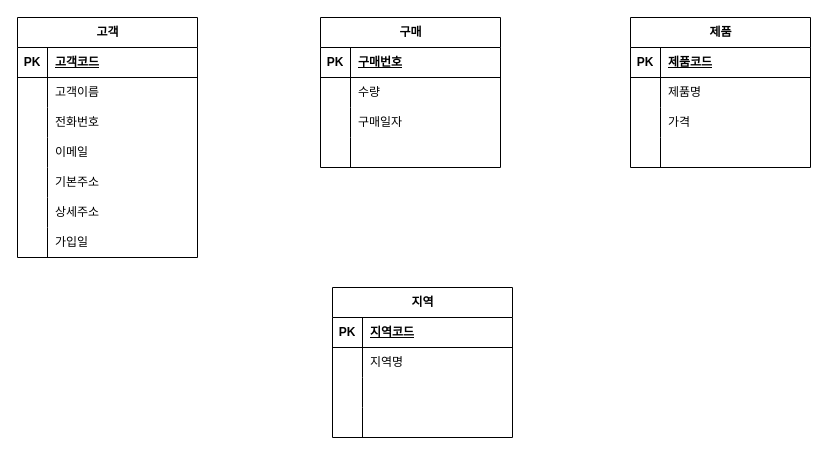
The draw.io diagram page "페이지-2" (2 of 2) of 제목 없는 다이어그램.drawio in sinaboro/ERD, before the edit. Source tidied: cells renumbered, new cells numbered last; positions are measured from the earlier drawing's top-left corner, leaving out a move shared by most shapes. Both pictures are drawn from the tidied source at 100%, with x=0, y=0 at pixel (17, 17).
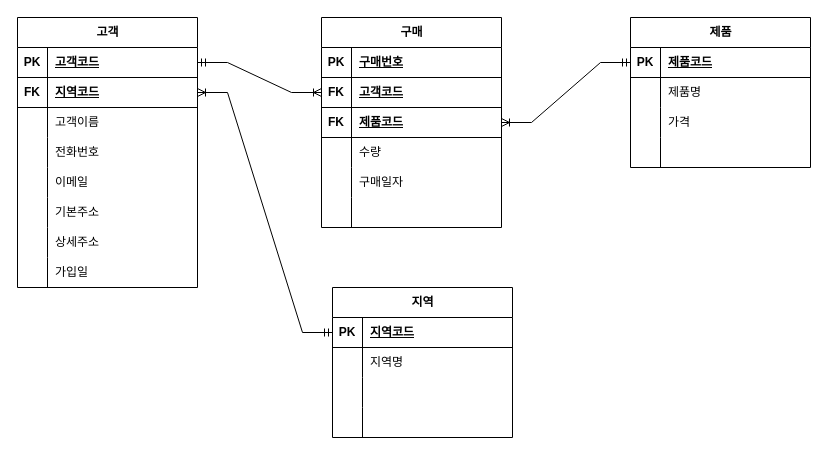
The same diagram, later.

Commit message:
제목 없는 다이어그램.drawio 업데이트

Unchanged cells that the change refers to:
```xml
<mxCell id="3" style="shape=tableRow;horizontal=0;startSize=0;swimlaneHead=0;swimlaneBody=0;fillColor=none;points=[[0,0.5],[1,0.5]];portConstraint=eastwest;top=0;left=0;right=0;bottom=1;" parent="2" vertex="1">
  <mxGeometry y="30" width="180" height="30" as="geometry" />
</mxCell>
<mxCell id="25" style="shape=tableRow;horizontal=0;startSize=0;swimlaneHead=0;swimlaneBody=0;fillColor=none;points=[[0,0.5],[1,0.5]];portConstraint=eastwest;top=0;left=0;right=0;bottom=1;" parent="24" vertex="1">
  <mxGeometry y="30" width="180" height="30" as="geometry" />
</mxCell>
<mxCell id="38" style="shape=tableRow;horizontal=0;startSize=0;swimlaneHead=0;swimlaneBody=0;fillColor=none;points=[[0,0.5],[1,0.5]];portConstraint=eastwest;top=0;left=0;right=0;bottom=1;" parent="37" vertex="1">
  <mxGeometry y="30" width="180" height="30" as="geometry" />
</mxCell>
```

What changed in the source:
```diff
@@
     <mxCell id="2" value="고객" style="shape=table;startSize=30;childLayout=tableLayout;rowLines=0;fontStyle=1;align=center;html=1;" parent="1" vertex="1">
-      <mxGeometry width="180" height="240" as="geometry" />
+      <mxGeometry width="180" height="270" as="geometry" />
     </mxCell>
@@
+    <mxCell id="63" style="shape=tableRow;horizontal=0;startSize=0;swimlaneHead=0;swimlaneBody=0;fillColor=none;points=[[0,0.5],[1,0.5]];portConstraint=eastwest;top=0;left=0;right=0;bottom=1;" parent="2" vertex="1">
+      <mxGeometry y="60" width="180" height="30" as="geometry" />
+    </mxCell>
+    <mxCell id="64" value="FK" style="shape=partialRectangle;fillColor=none;top=0;left=0;bottom=0;right=0;fontStyle=1;overflow=hidden;whiteSpace=wrap;html=1;" parent="63" vertex="1">
+      <mxGeometry width="30" height="30" as="geometry" />
+    </mxCell>
+    <mxCell id="65" value="지역코드" style="shape=partialRectangle;fillColor=none;top=0;left=0;bottom=0;right=0;align=left;spacingLeft=6;fontStyle=5;overflow=hidden;whiteSpace=wrap;html=1;" parent="63" vertex="1">
+      <mxGeometry x="30" width="150" height="30" as="geometry" />
+    </mxCell>
     <mxCell id="6" style="shape=tableRow;horizontal=0;startSize=0;swimlaneHead=0;swimlaneBody=0;fillColor=none;top=0;left=0;right=0;bottom=0;" parent="2" vertex="1">
-      <mxGeometry y="60" width="180" height="30" as="geometry" />
+      <mxGeometry y="90" width="180" height="30" as="geometry" />
     </mxCell>
@@
     <mxCell id="9" style="shape=tableRow;horizontal=0;startSize=0;swimlaneHead=0;swimlaneBody=0;fillColor=none;top=0;left=0;right=0;bottom=0;" parent="2" vertex="1">
-      <mxGeometry y="90" width="180" height="30" as="geometry" />
+      <mxGeometry y="120" width="180" height="30" as="geometry" />
     </mxCell>
@@
     <mxCell id="12" style="shape=tableRow;horizontal=0;startSize=0;swimlaneHead=0;swimlaneBody=0;fillColor=none;top=0;left=0;right=0;bottom=0;" parent="2" vertex="1">
-      <mxGeometry y="120" width="180" height="30" as="geometry" />
+      <mxGeometry y="150" width="180" height="30" as="geometry" />
     </mxCell>
@@
     <mxCell id="15" style="shape=tableRow;horizontal=0;startSize=0;swimlaneHead=0;swimlaneBody=0;fillColor=none;top=0;left=0;right=0;bottom=0;" parent="2" vertex="1">
-      <mxGeometry y="150" width="180" height="30" as="geometry" />
+      <mxGeometry y="180" width="180" height="30" as="geometry" />
     </mxCell>
@@
     <mxCell id="18" style="shape=tableRow;horizontal=0;startSize=0;swimlaneHead=0;swimlaneBody=0;fillColor=none;top=0;left=0;right=0;bottom=0;" parent="2" vertex="1">
-      <mxGeometry y="180" width="180" height="30" as="geometry" />
+      <mxGeometry y="210" width="180" height="30" as="geometry" />
     </mxCell>
@@
     <mxCell id="21" style="shape=tableRow;horizontal=0;startSize=0;swimlaneHead=0;swimlaneBody=0;fillColor=none;top=0;left=0;right=0;bottom=0;" parent="2" vertex="1">
-      <mxGeometry y="210" width="180" height="30" as="geometry" />
+      <mxGeometry y="240" width="180" height="30" as="geometry" />
     </mxCell>
@@
     <mxCell id="50" value="구매" style="shape=table;startSize=30;childLayout=tableLayout;rowLines=0;fontStyle=1;align=center;html=1;" parent="1" vertex="1">
-      <mxGeometry x="303" width="180" height="150" as="geometry" />
+      <mxGeometry x="304" width="180" height="210" as="geometry" />
     </mxCell>
@@
+    <mxCell id="66" style="shape=tableRow;horizontal=0;startSize=0;swimlaneHead=0;swimlaneBody=0;fillColor=none;points=[[0,0.5],[1,0.5]];portConstraint=eastwest;top=0;left=0;right=0;bottom=1;" parent="50" vertex="1">
+      <mxGeometry y="60" width="180" height="30" as="geometry" />
+    </mxCell>
+    <mxCell id="67" value="FK" style="shape=partialRectangle;fillColor=none;top=0;left=0;bottom=0;right=0;fontStyle=1;overflow=hidden;whiteSpace=wrap;html=1;" parent="66" vertex="1">
+      <mxGeometry width="30" height="30" as="geometry" />
+    </mxCell>
+    <mxCell id="68" value="고객코드" style="shape=partialRectangle;fillColor=none;top=0;left=0;bottom=0;right=0;align=left;spacingLeft=6;fontStyle=5;overflow=hidden;whiteSpace=wrap;html=1;" parent="66" vertex="1">
+      <mxGeometry x="30" width="150" height="30" as="geometry" />
+    </mxCell>
+    <mxCell id="69" style="shape=tableRow;horizontal=0;startSize=0;swimlaneHead=0;swimlaneBody=0;fillColor=none;points=[[0,0.5],[1,0.5]];portConstraint=eastwest;top=0;left=0;right=0;bottom=1;" parent="50" vertex="1">
+      <mxGeometry y="90" width="180" height="30" as="geometry" />
+    </mxCell>
+    <mxCell id="70" value="FK" style="shape=partialRectangle;fillColor=none;top=0;left=0;bottom=0;right=0;fontStyle=1;overflow=hidden;whiteSpace=wrap;html=1;" parent="69" vertex="1">
+      <mxGeometry width="30" height="30" as="geometry" />
+    </mxCell>
+    <mxCell id="71" value="제품코드" style="shape=partialRectangle;fillColor=none;top=0;left=0;bottom=0;right=0;align=left;spacingLeft=6;fontStyle=5;overflow=hidden;whiteSpace=wrap;html=1;" parent="69" vertex="1">
+      <mxGeometry x="30" width="150" height="30" as="geometry" />
+    </mxCell>
     <mxCell id="54" style="shape=tableRow;horizontal=0;startSize=0;swimlaneHead=0;swimlaneBody=0;fillColor=none;top=0;left=0;right=0;bottom=0;" parent="50" vertex="1">
-      <mxGeometry y="60" width="180" height="30" as="geometry" />
+      <mxGeometry y="120" width="180" height="30" as="geometry" />
     </mxCell>
@@
     <mxCell id="57" style="shape=tableRow;horizontal=0;startSize=0;swimlaneHead=0;swimlaneBody=0;fillColor=none;top=0;left=0;right=0;bottom=0;" parent="50" vertex="1">
-      <mxGeometry y="90" width="180" height="30" as="geometry" />
+      <mxGeometry y="150" width="180" height="30" as="geometry" />
     </mxCell>
@@
     <mxCell id="60" style="shape=tableRow;horizontal=0;startSize=0;swimlaneHead=0;swimlaneBody=0;fillColor=none;top=0;left=0;right=0;bottom=0;" parent="50" vertex="1">
-      <mxGeometry y="120" width="180" height="30" as="geometry" />
+      <mxGeometry y="180" width="180" height="30" as="geometry" />
     </mxCell>
@@
+    <mxCell id="72" style="edgeStyle=entityRelationEdgeStyle;fontSize=12;html=1;endArrow=ERoneToMany;startArrow=ERmandOne;rounded=0;entryX=1;entryY=0.5;entryDx=0;entryDy=0;exitX=0;exitY=0.5;exitDx=0;exitDy=0;" parent="1" edge="1" source="38" target="69">
+      <mxGeometry relative="1" as="geometry" />
+    </mxCell>
+    <mxCell id="73" style="edgeStyle=entityRelationEdgeStyle;fontSize=12;html=1;endArrow=ERoneToMany;startArrow=ERmandOne;rounded=0;exitX=1;exitY=0.5;exitDx=0;exitDy=0;entryX=0;entryY=0.5;entryDx=0;entryDy=0;" parent="1" edge="1" source="3" target="66">
+      <mxGeometry relative="1" as="geometry" />
+    </mxCell>
+    <mxCell id="74" style="edgeStyle=entityRelationEdgeStyle;fontSize=12;html=1;endArrow=ERoneToMany;startArrow=ERmandOne;rounded=0;exitX=0;exitY=0.5;exitDx=0;exitDy=0;entryX=1;entryY=0.5;entryDx=0;entryDy=0;" parent="1" edge="1" source="25" target="63">
+      <mxGeometry relative="1" as="geometry" />
+    </mxCell>
```
